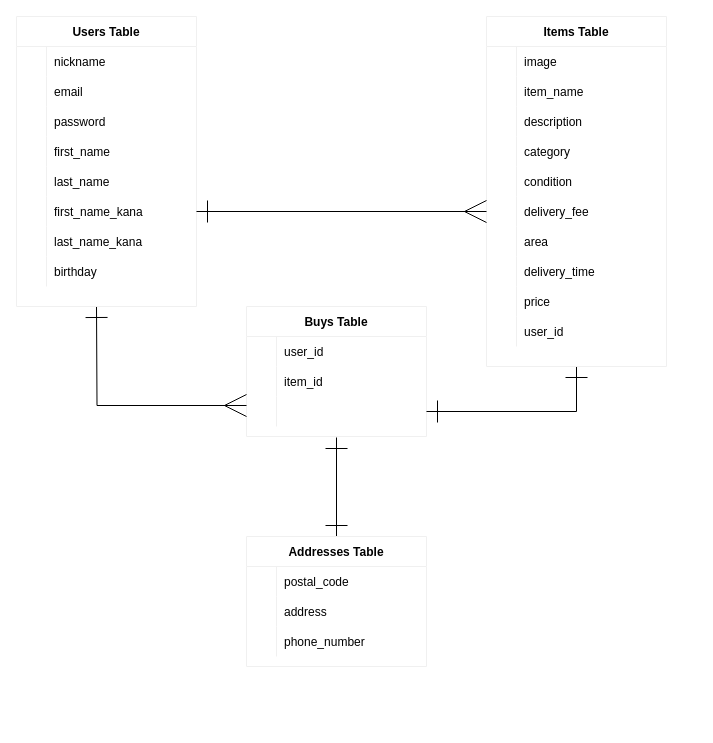
Earlier version of the draw.io diagram ER.dio (Bach42b/furima-32402). Source tidied: cells renumbered, new cells numbered last; positions are measured from the earlier drawing's top-left corner, leaving out a move shared by most shapes. Both pictures are drawn from the tidied source at 100%, with x=0, y=0 at pixel (16, 16).
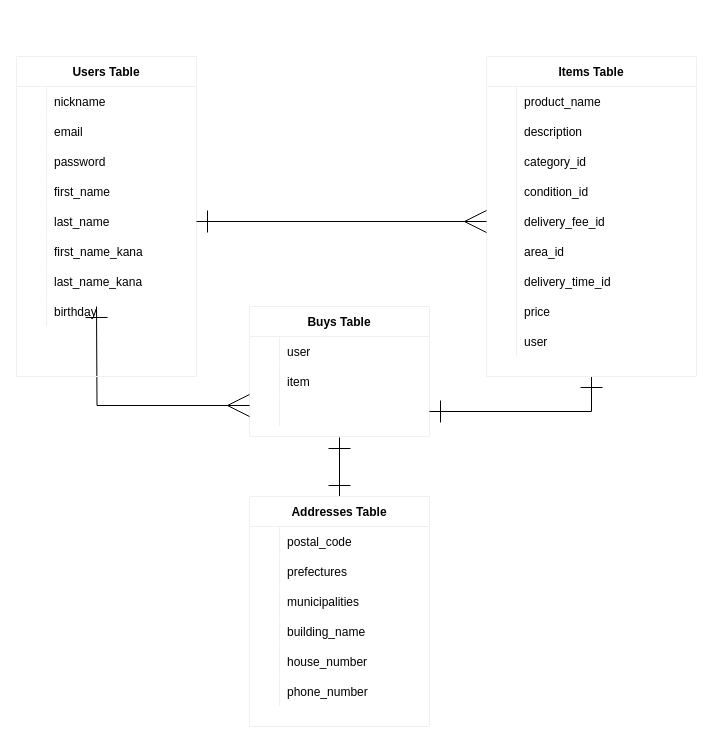
After the change.

Commit message (it also covers changes not shown here):
データベース設計修正(2)

The change refers to these unchanged cells:
```xml
<mxCell id="4" style="shape=partialRectangle;fillColor=none;top=0;left=0;bottom=0;right=0;" parent="3" vertex="1">
  <mxGeometry y="30" width="180" height="30" as="geometry" />
</mxCell>
<mxCell id="7" style="shape=partialRectangle;fillColor=none;top=0;left=0;bottom=0;right=0;" parent="3" vertex="1">
  <mxGeometry y="60" width="180" height="30" as="geometry" />
</mxCell>
<mxCell id="50" style="shape=partialRectangle;fillColor=none;top=0;left=0;bottom=0;right=0;" parent="46" vertex="1">
  <mxGeometry y="60" width="180" height="30" as="geometry" />
</mxCell>
<mxCell id="53" style="shape=partialRectangle;fillColor=none;top=0;left=0;bottom=0;right=0;" parent="46" vertex="1">
  <mxGeometry y="90" width="180" height="30" as="geometry" />
</mxCell>
<mxCell id="69" style="shape=partialRectangle;fillColor=none;top=0;left=0;bottom=0;right=0;points=[[0,0.5],[1,0.5]];portConstraint=eastwest;" parent="56" vertex="1">
  <mxGeometry y="150" width="180" height="30" as="geometry" />
</mxCell>
<mxCell id="72" style="shape=partialRectangle;fillColor=none;top=0;left=0;bottom=0;right=0;points=[[0,0.5],[1,0.5]];portConstraint=eastwest;" parent="56" vertex="1">
  <mxGeometry y="180" width="180" height="30" as="geometry" />
</mxCell>
```

Change to the diagram source:
```diff
@@
     <mxCell id="3" value="Buys Table" style="shape=table;startSize=30;childLayout=tableLayout;rowLines=0;fontStyle=1;align=center;shadow=0;sketch=0;strokeColor=#f0f0f0;strokeWidth=1;perimeterSpacing=1;labelBorderColor=#FFFFFF;swimlaneFillColor=none;fillColor=none;" parent="1" vertex="1">
-      <mxGeometry x="230" y="290" width="180" height="130" as="geometry" />
+      <mxGeometry x="233" y="290" width="180" height="130" as="geometry" />
     </mxCell>
@@
-    <mxCell id="6" value="user_id" style="shape=partialRectangle;fillColor=none;top=0;left=0;bottom=0;right=0;align=left;spacingLeft=6;overflow=hidden;" parent="4" vertex="1">
+    <mxCell id="6" value="user" style="shape=partialRectangle;fillColor=none;top=0;left=0;bottom=0;right=0;align=left;spacingLeft=6;overflow=hidden;" parent="4" vertex="1">
       <mxGeometry x="30" width="150" height="30" as="geometry" />
     </mxCell>
@@
-    <mxCell id="9" value="item_id" style="shape=partialRectangle;fillColor=none;top=0;left=0;bottom=0;right=0;align=left;spacingLeft=6;overflow=hidden;" parent="7" vertex="1">
+    <mxCell id="9" value="item" style="shape=partialRectangle;fillColor=none;top=0;left=0;bottom=0;right=0;align=left;spacingLeft=6;overflow=hidden;" parent="7" vertex="1">
       <mxGeometry x="30" width="150" height="30" as="geometry" />
     </mxCell>
@@
     <mxCell id="15" value="Items Table" style="shape=table;startSize=30;childLayout=tableLayout;rowLines=0;fontStyle=1;align=center;shadow=0;sketch=0;strokeColor=#f0f0f0;strokeWidth=1;fillColor=none;" parent="1" vertex="1">
-      <mxGeometry x="470" width="180" height="350" as="geometry" />
+      <mxGeometry x="470" y="40" width="210" height="320" as="geometry" />
     </mxCell>
-    <mxCell id="16" style="shape=partialRectangle;fillColor=none;top=0;left=0;bottom=0;right=0;" parent="15" vertex="1">
-      <mxGeometry y="30" width="180" height="30" as="geometry" />
-    </mxCell>
-    <mxCell id="17" style="shape=partialRectangle;fillColor=none;top=0;left=0;bottom=0;right=0;overflow=hidden;" parent="16" vertex="1">
-      <mxGeometry width="30" height="30" as="geometry" />
-    </mxCell>
-    <mxCell id="18" value="image" style="shape=partialRectangle;fillColor=none;top=0;left=0;bottom=0;right=0;align=left;spacingLeft=6;overflow=hidden;" parent="16" vertex="1">
-      <mxGeometry x="30" width="150" height="30" as="geometry" />
-    </mxCell>
     <mxCell id="19" style="shape=partialRectangle;fillColor=none;top=0;left=0;bottom=0;right=0;" parent="15" vertex="1">
-      <mxGeometry y="60" width="180" height="30" as="geometry" />
+      <mxGeometry y="30" width="210" height="30" as="geometry" />
     </mxCell>
@@
-    <mxCell id="21" value="item_name" style="shape=partialRectangle;fillColor=none;top=0;left=0;bottom=0;right=0;align=left;spacingLeft=6;overflow=hidden;" parent="19" vertex="1">
-      <mxGeometry x="30" width="150" height="30" as="geometry" />
+    <mxCell id="21" value="product_name" style="shape=partialRectangle;fillColor=none;top=0;left=0;bottom=0;right=0;align=left;spacingLeft=6;overflow=hidden;" parent="19" vertex="1">
+      <mxGeometry x="30" width="180" height="30" as="geometry" />
     </mxCell>
     <mxCell id="22" style="shape=partialRectangle;fillColor=none;top=0;left=0;bottom=0;right=0;" parent="15" vertex="1">
-      <mxGeometry y="90" width="180" height="30" as="geometry" />
+      <mxGeometry y="60" width="210" height="30" as="geometry" />
     </mxCell>
@@
     <mxCell id="24" value="description" style="shape=partialRectangle;fillColor=none;top=0;left=0;bottom=0;right=0;align=left;spacingLeft=6;overflow=hidden;" parent="22" vertex="1">
-      <mxGeometry x="30" width="150" height="30" as="geometry" />
+      <mxGeometry x="30" width="180" height="30" as="geometry" />
     </mxCell>
     <mxCell id="25" style="shape=partialRectangle;fillColor=none;top=0;left=0;bottom=0;right=0;" parent="15" vertex="1">
-      <mxGeometry y="120" width="180" height="30" as="geometry" />
+      <mxGeometry y="90" width="210" height="30" as="geometry" />
     </mxCell>
@@
-    <mxCell id="27" value="category" style="shape=partialRectangle;fillColor=none;top=0;left=0;bottom=0;right=0;align=left;spacingLeft=6;overflow=hidden;" parent="25" vertex="1">
-      <mxGeometry x="30" width="150" height="30" as="geometry" />
+    <mxCell id="27" value="category_id" style="shape=partialRectangle;fillColor=none;top=0;left=0;bottom=0;right=0;align=left;spacingLeft=6;overflow=hidden;" parent="25" vertex="1">
+      <mxGeometry x="30" width="180" height="30" as="geometry" />
     </mxCell>
     <mxCell id="28" style="shape=partialRectangle;fillColor=none;top=0;left=0;bottom=0;right=0;" parent="15" vertex="1">
-      <mxGeometry y="150" width="180" height="30" as="geometry" />
+      <mxGeometry y="120" width="210" height="30" as="geometry" />
     </mxCell>
@@
-    <mxCell id="30" value="condition" style="shape=partialRectangle;fillColor=none;top=0;left=0;bottom=0;right=0;align=left;spacingLeft=6;overflow=hidden;" parent="28" vertex="1">
-      <mxGeometry x="30" width="150" height="30" as="geometry" />
+    <mxCell id="30" value="condition_id" style="shape=partialRectangle;fillColor=none;top=0;left=0;bottom=0;right=0;align=left;spacingLeft=6;overflow=hidden;" parent="28" vertex="1">
+      <mxGeometry x="30" width="180" height="30" as="geometry" />
     </mxCell>
     <mxCell id="31" style="shape=partialRectangle;fillColor=none;top=0;left=0;bottom=0;right=0;points=[[0,0.5],[1,0.5]];portConstraint=eastwest;" parent="15" vertex="1">
-      <mxGeometry y="180" width="180" height="30" as="geometry" />
+      <mxGeometry y="150" width="210" height="30" as="geometry" />
     </mxCell>
@@
-    <mxCell id="33" value="delivery_fee" style="shape=partialRectangle;fillColor=none;top=0;left=0;bottom=0;right=0;align=left;spacingLeft=6;overflow=hidden;" parent="31" vertex="1">
-      <mxGeometry x="30" width="150" height="30" as="geometry" />
+    <mxCell id="33" value="delivery_fee_id" style="shape=partialRectangle;fillColor=none;top=0;left=0;bottom=0;right=0;align=left;spacingLeft=6;overflow=hidden;" parent="31" vertex="1">
+      <mxGeometry x="30" width="180" height="30" as="geometry" />
     </mxCell>
     <mxCell id="34" style="shape=partialRectangle;fillColor=none;top=0;left=0;bottom=0;right=0;" parent="15" vertex="1">
-      <mxGeometry y="210" width="180" height="30" as="geometry" />
+      <mxGeometry y="180" width="210" height="30" as="geometry" />
     </mxCell>
@@
-    <mxCell id="36" value="area" style="shape=partialRectangle;fillColor=none;top=0;left=0;bottom=0;right=0;align=left;spacingLeft=6;overflow=hidden;" parent="34" vertex="1">
-      <mxGeometry x="30" width="150" height="30" as="geometry" />
+    <mxCell id="36" value="area_id" style="shape=partialRectangle;fillColor=none;top=0;left=0;bottom=0;right=0;align=left;spacingLeft=6;overflow=hidden;" parent="34" vertex="1">
+      <mxGeometry x="30" width="180" height="30" as="geometry" />
     </mxCell>
     <mxCell id="37" style="shape=partialRectangle;fillColor=none;top=0;left=0;bottom=0;right=0;" parent="15" vertex="1">
-      <mxGeometry y="240" width="180" height="30" as="geometry" />
+      <mxGeometry y="210" width="210" height="30" as="geometry" />
     </mxCell>
@@
-    <mxCell id="39" value="delivery_time" style="shape=partialRectangle;fillColor=none;top=0;left=0;bottom=0;right=0;align=left;spacingLeft=6;overflow=hidden;" parent="37" vertex="1">
-      <mxGeometry x="30" width="150" height="30" as="geometry" />
+    <mxCell id="39" value="delivery_time_id" style="shape=partialRectangle;fillColor=none;top=0;left=0;bottom=0;right=0;align=left;spacingLeft=6;overflow=hidden;" parent="37" vertex="1">
+      <mxGeometry x="30" width="180" height="30" as="geometry" />
     </mxCell>
     <mxCell id="40" style="shape=partialRectangle;fillColor=none;top=0;left=0;bottom=0;right=0;" parent="15" vertex="1">
-      <mxGeometry y="270" width="180" height="30" as="geometry" />
+      <mxGeometry y="240" width="210" height="30" as="geometry" />
     </mxCell>
@@
     <mxCell id="42" value="price" style="shape=partialRectangle;fillColor=none;top=0;left=0;bottom=0;right=0;align=left;spacingLeft=6;overflow=hidden;" parent="40" vertex="1">
-      <mxGeometry x="30" width="150" height="30" as="geometry" />
+      <mxGeometry x="30" width="180" height="30" as="geometry" />
     </mxCell>
     <mxCell id="43" style="shape=partialRectangle;fillColor=none;top=0;left=0;bottom=0;right=0;" parent="15" vertex="1">
-      <mxGeometry y="300" width="180" height="30" as="geometry" />
+      <mxGeometry y="270" width="210" height="30" as="geometry" />
     </mxCell>
@@
-    <mxCell id="45" value="user_id" style="shape=partialRectangle;fillColor=none;top=0;left=0;bottom=0;right=0;align=left;spacingLeft=6;overflow=hidden;" parent="43" vertex="1">
-      <mxGeometry x="30" width="150" height="30" as="geometry" />
+    <mxCell id="45" value="user" style="shape=partialRectangle;fillColor=none;top=0;left=0;bottom=0;right=0;align=left;spacingLeft=6;overflow=hidden;" parent="43" vertex="1">
+      <mxGeometry x="30" width="180" height="30" as="geometry" />
     </mxCell>
     <mxCell id="46" value="Addresses Table" style="shape=table;startSize=30;childLayout=tableLayout;rowLines=0;fontStyle=1;align=center;shadow=0;sketch=0;strokeColor=#f0f0f0;strokeWidth=1;fillColor=none;" parent="1" vertex="1">
-      <mxGeometry x="230" y="520" width="180" height="130" as="geometry" />
+      <mxGeometry x="233" y="480" width="180" height="230" as="geometry" />
     </mxCell>
@@
-    <mxCell id="52" value="address" style="shape=partialRectangle;fillColor=none;top=0;left=0;bottom=0;right=0;align=left;spacingLeft=6;overflow=hidden;" parent="50" vertex="1">
+    <mxCell id="52" value="prefectures" style="shape=partialRectangle;fillColor=none;top=0;left=0;bottom=0;right=0;align=left;spacingLeft=6;overflow=hidden;" parent="50" vertex="1">
       <mxGeometry x="30" width="150" height="30" as="geometry" />
     </mxCell>
@@
-    <mxCell id="55" value="phone_number" style="shape=partialRectangle;fillColor=none;top=0;left=0;bottom=0;right=0;align=left;spacingLeft=6;overflow=hidden;" parent="53" vertex="1">
+    <mxCell id="55" value="municipalities" style="shape=partialRectangle;fillColor=none;top=0;left=0;bottom=0;right=0;align=left;spacingLeft=6;overflow=hidden;" parent="53" vertex="1">
       <mxGeometry x="30" width="150" height="30" as="geometry" />
     </mxCell>
+    <mxCell id="82" style="shape=partialRectangle;fillColor=none;top=0;left=0;bottom=0;right=0;" parent="46" vertex="1">
+      <mxGeometry y="120" width="180" height="30" as="geometry" />
+    </mxCell>
+    <mxCell id="83" style="shape=partialRectangle;fillColor=none;top=0;left=0;bottom=0;right=0;overflow=hidden;" parent="82" vertex="1">
+      <mxGeometry width="30" height="30" as="geometry" />
+    </mxCell>
+    <mxCell id="84" value="building_name" style="shape=partialRectangle;fillColor=none;top=0;left=0;bottom=0;right=0;align=left;spacingLeft=6;overflow=hidden;" parent="82" vertex="1">
+      <mxGeometry x="30" width="150" height="30" as="geometry" />
+    </mxCell>
+    <mxCell id="85" style="shape=partialRectangle;fillColor=none;top=0;left=0;bottom=0;right=0;" parent="46" vertex="1">
+      <mxGeometry y="150" width="180" height="30" as="geometry" />
+    </mxCell>
+    <mxCell id="86" style="shape=partialRectangle;fillColor=none;top=0;left=0;bottom=0;right=0;overflow=hidden;" parent="85" vertex="1">
+      <mxGeometry width="30" height="30" as="geometry" />
+    </mxCell>
+    <mxCell id="87" value="house_number" style="shape=partialRectangle;fillColor=none;top=0;left=0;bottom=0;right=0;align=left;spacingLeft=6;overflow=hidden;" parent="85" vertex="1">
+      <mxGeometry x="30" width="150" height="30" as="geometry" />
+    </mxCell>
+    <mxCell id="88" style="shape=partialRectangle;fillColor=none;top=0;left=0;bottom=0;right=0;" parent="46" vertex="1">
+      <mxGeometry y="180" width="180" height="30" as="geometry" />
+    </mxCell>
+    <mxCell id="89" style="shape=partialRectangle;fillColor=none;top=0;left=0;bottom=0;right=0;overflow=hidden;" parent="88" vertex="1">
+      <mxGeometry width="30" height="30" as="geometry" />
+    </mxCell>
+    <mxCell id="90" value="phone_number" style="shape=partialRectangle;fillColor=none;top=0;left=0;bottom=0;right=0;align=left;spacingLeft=6;overflow=hidden;" parent="88" vertex="1">
+      <mxGeometry x="30" width="150" height="30" as="geometry" />
+    </mxCell>
     <mxCell id="56" value="Users Table" style="shape=table;startSize=30;childLayout=tableLayout;rowLines=0;fontStyle=1;align=center;shadow=0;sketch=0;strokeColor=#f0f0f0;strokeWidth=1;labelBorderColor=#FFFFFF;perimeterSpacing=1;fillColor=none;" parent="1" vertex="1">
-      <mxGeometry width="180" height="290" as="geometry" />
+      <mxGeometry y="40" width="180" height="320" as="geometry" />
     </mxCell>
@@
-    <mxCell id="81" style="edgeStyle=orthogonalEdgeStyle;rounded=0;jettySize=auto;html=1;exitX=1;exitY=0.5;exitDx=0;exitDy=0;entryX=0;entryY=0.5;entryDx=0;entryDy=0;endArrow=ERmany;endFill=0;endSize=20;startSize=20;startArrow=ERone;startFill=0;" parent="1" edge="1" source="72" target="31">
+    <mxCell id="81" style="edgeStyle=orthogonalEdgeStyle;rounded=0;jettySize=auto;html=1;entryX=0;entryY=0.5;entryDx=0;entryDy=0;endArrow=ERmany;endFill=0;endSize=20;startSize=20;startArrow=ERone;startFill=0;exitX=1;exitY=0.5;exitDx=0;exitDy=0;" parent="1" edge="1" source="69" target="31">
       <mxGeometry relative="1" as="geometry" />
     </mxCell>
```
